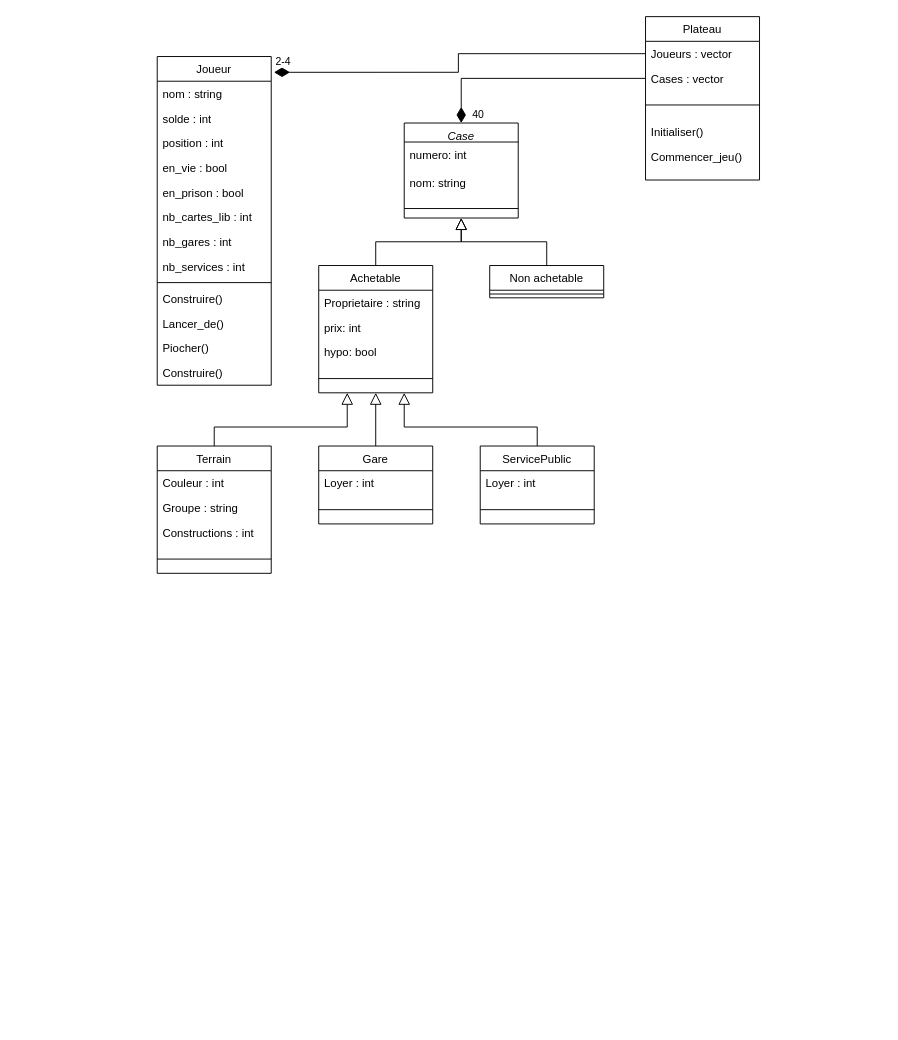
Above: DiagrammeMonopoly.drawio in ECN-SEC-SMP/tp6-note-Kortam_Seye_Small_Soulard (draw.io), before the change. Source tidied: cells renumbered, new cells numbered last; positions are measured from the earlier drawing's top-left corner, leaving out a move shared by most shapes. Both pictures are drawn from the tidied source at 95%, with x=0, y=0 at pixel (157, 16).
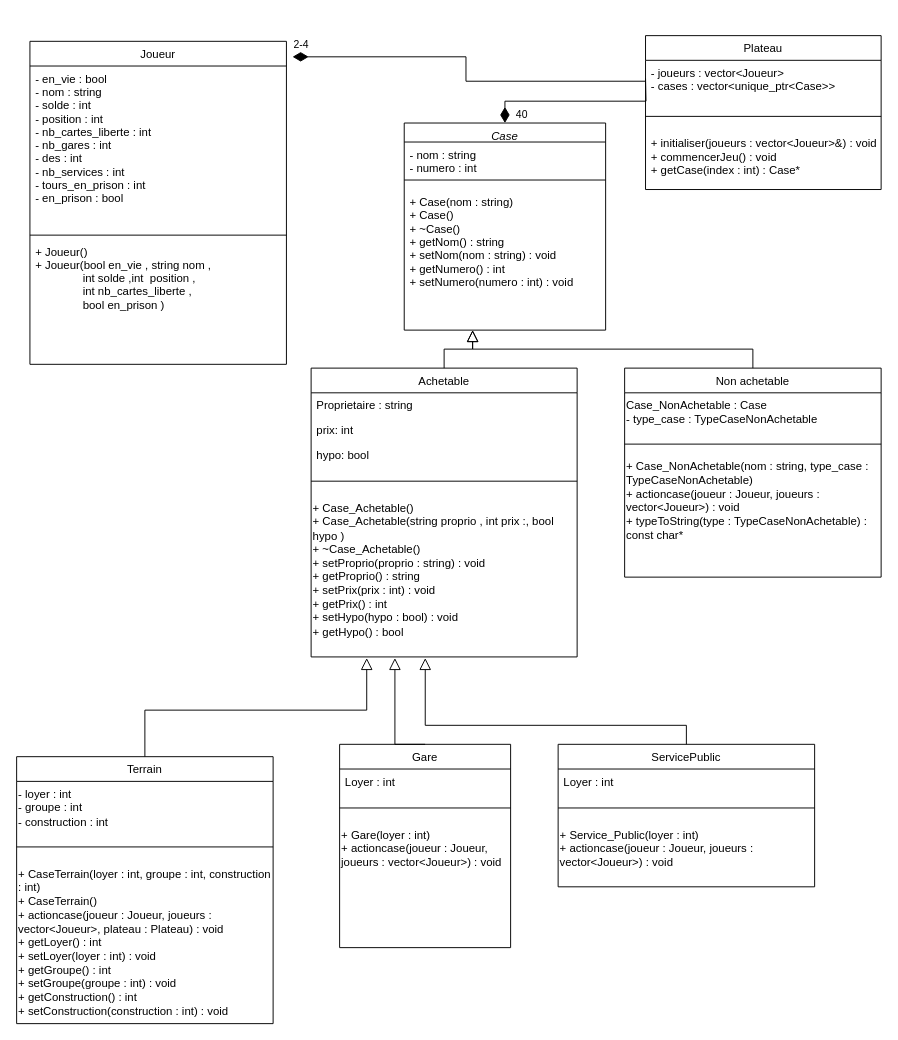
The same diagram, later.

Commit message:
Mettre à jour DiagrammeMonopoly.drawio

Diff of the diagram source:
```diff
@@
     <mxCell id="2" value="Case" style="swimlane;fontStyle=2;align=center;verticalAlign=top;horizontal=1;startSize=20;rounded=0;shadow=0;strokeWidth=1;" parent="1" vertex="1">
-      <mxGeometry x="260" y="112" width="120" height="100" as="geometry" />
+      <mxGeometry x="260" y="112" width="212" height="218" as="geometry" />
     </mxCell>
-    <mxCell id="3" value="numero: int&#10;" style="text;align=left;verticalAlign=top;spacingLeft=4;spacingRight=4;overflow=hidden;" parent="2" vertex="1">
-      <mxGeometry y="20" width="120" height="30" as="geometry" />
+    <mxCell id="3" value="- nom : string&#10;- numero : int" style="text;align=left;verticalAlign=top;spacingLeft=4;spacingRight=4;overflow=hidden;" parent="2" vertex="1">
+      <mxGeometry y="20" width="212" height="30" as="geometry" />
     </mxCell>
-    <mxCell id="4" value="nom: string&#10;" style="text;align=left;verticalAlign=top;spacingLeft=4;spacingRight=4;overflow=hidden;" parent="2" vertex="1">
-      <mxGeometry y="50" width="120" height="30" as="geometry" />
-    </mxCell>
     <mxCell id="5" style="line;html=1;strokeWidth=1;align=left;verticalAlign=middle;spacingTop=-1;spacingLeft=3;spacingRight=3;labelPosition=right;" parent="2" vertex="1">
-      <mxGeometry y="80" width="120" height="20" as="geometry" />
+      <mxGeometry y="50" width="212" height="20" as="geometry" />
     </mxCell>
+    <mxCell id="51" value="+ Case(nom : string)&#10;+ Case()&#10;+ ~Case()&#10;+ getNom() : string&#10;+ setNom(nom : string) : void&#10;+ getNumero() : int&#10;+ setNumero(numero : int) : void" style="text;align=left;verticalAlign=top;spacingLeft=4;spacingRight=4;overflow=hidden;" parent="2" vertex="1">
+      <mxGeometry y="70" width="212" height="120" as="geometry" />
+    </mxCell>
     <mxCell id="6" value="Achetable" style="swimlane;fontStyle=0;align=center;verticalAlign=top;horizontal=1;startSize=26;rounded=0;shadow=0;strokeWidth=1;" parent="1" vertex="1">
-      <mxGeometry x="170" y="262" width="120" height="134" as="geometry" />
+      <mxGeometry x="162" y="370" width="280" height="304" as="geometry" />
     </mxCell>
     <mxCell id="7" value="Proprietaire : string" style="text;align=left;verticalAlign=top;spacingLeft=4;spacingRight=4;overflow=hidden;" parent="6" vertex="1">
-      <mxGeometry y="26" width="120" height="26" as="geometry" />
+      <mxGeometry y="26" width="280" height="26" as="geometry" />
     </mxCell>
     <mxCell id="8" value="prix: int" style="text;align=left;verticalAlign=top;spacingLeft=4;spacingRight=4;overflow=hidden;rounded=0;shadow=0;html=0;" parent="6" vertex="1">
-      <mxGeometry y="52" width="120" height="26" as="geometry" />
+      <mxGeometry y="52" width="280" height="26" as="geometry" />
     </mxCell>
     <mxCell id="9" value="hypo: bool" style="text;align=left;verticalAlign=top;spacingLeft=4;spacingRight=4;overflow=hidden;rounded=0;shadow=0;html=0;" parent="6" vertex="1">
-      <mxGeometry y="78" width="120" height="26" as="geometry" />
+      <mxGeometry y="78" width="280" height="26" as="geometry" />
     </mxCell>
     <mxCell id="10" style="line;html=1;strokeWidth=1;align=left;verticalAlign=middle;spacingTop=-1;spacingLeft=3;spacingRight=3;labelPosition=right;" parent="6" vertex="1">
-      <mxGeometry y="104" width="120" height="30" as="geometry" />
+      <mxGeometry y="104" width="280" height="30" as="geometry" />
     </mxCell>
+    <mxCell id="52" value="+ Case_Achetable()&lt;br&gt;+ Case_Achetable(string proprio , int prix :, bool hypo )&lt;br&gt;+ ~Case_Achetable()&lt;br&gt;+ setProprio(proprio : &lt;span class=&quot;hljs-built_in&quot;&gt;string&lt;/span&gt;) : &lt;span class=&quot;hljs-type&quot;&gt;void&lt;/span&gt;&lt;br&gt;+ getProprio() : &lt;span class=&quot;hljs-built_in&quot;&gt;string&lt;/span&gt;&lt;br&gt;+ setPrix(prix : &lt;span class=&quot;hljs-type&quot;&gt;int&lt;/span&gt;) : &lt;span class=&quot;hljs-type&quot;&gt;void&lt;/span&gt;&lt;br&gt;+ getPrix() : &lt;span class=&quot;hljs-type&quot;&gt;int&lt;/span&gt;&lt;br&gt;+ setHypo(hypo : &lt;span class=&quot;hljs-type&quot;&gt;bool&lt;/span&gt;) : &lt;span class=&quot;hljs-type&quot;&gt;void&lt;/span&gt;&lt;br&gt;+ getHypo() : &lt;span class=&quot;hljs-type&quot;&gt;bool&lt;/span&gt;" style="text;whiteSpace=wrap;html=1;" parent="6" vertex="1">
+      <mxGeometry y="134" width="280" height="170" as="geometry" />
+    </mxCell>
-    <mxCell id="11" style="endArrow=block;endSize=10;endFill=0;shadow=0;strokeWidth=1;rounded=0;curved=0;edgeStyle=elbowEdgeStyle;elbow=vertical;" parent="1" edge="1" source="6" target="2">
-      <mxGeometry relative="1" as="geometry" />
+    <mxCell id="11" style="endArrow=block;endSize=10;endFill=0;shadow=0;strokeWidth=1;rounded=0;curved=0;edgeStyle=elbowEdgeStyle;elbow=vertical;" parent="1" edge="1" source="6">
+      <mxGeometry relative="1" as="geometry">
+        <mxPoint x="332" y="330" as="targetPoint" />
+      </mxGeometry>
     </mxCell>
     <mxCell id="12" value="Non achetable" style="swimlane;fontStyle=0;align=center;verticalAlign=top;horizontal=1;startSize=26;rounded=0;shadow=0;strokeWidth=1;" parent="1" vertex="1">
-      <mxGeometry x="350" y="262" width="120" height="34" as="geometry" />
+      <mxGeometry x="492" y="370" width="270" height="220" as="geometry" />
     </mxCell>
+    <mxCell id="53" value="Case_NonAchetable : Case&lt;br&gt;- type_case : TypeCaseNonAchetable&lt;div&gt;&lt;br/&gt;&lt;/div&gt;" style="text;whiteSpace=wrap;html=1;" parent="12" vertex="1">
+      <mxGeometry y="26" width="270" height="44" as="geometry" />
+    </mxCell>
     <mxCell id="13" style="line;html=1;strokeWidth=1;align=left;verticalAlign=middle;spacingTop=-1;spacingLeft=3;spacingRight=3;labelPosition=right;" parent="12" vertex="1">
-      <mxGeometry y="26" width="120" height="8" as="geometry" />
+      <mxGeometry y="70" width="270" height="20" as="geometry" />
     </mxCell>
+    <mxCell id="54" value="+ Case_NonAchetable(nom : &lt;span class=&quot;hljs-built_in&quot;&gt;string&lt;/span&gt;, type_case : TypeCaseNonAchetable)&lt;br&gt;+ actioncase(joueur : Joueur, joueurs : &lt;span class=&quot;hljs-built_in&quot;&gt;vector&lt;/span&gt;&amp;lt;Joueur&amp;gt;) : &lt;span class=&quot;hljs-type&quot;&gt;void&lt;/span&gt;&lt;br&gt;+ typeToString(type : TypeCaseNonAchetable) : &lt;span class=&quot;hljs-type&quot;&gt;const&lt;/span&gt; &lt;span class=&quot;hljs-type&quot;&gt;char&lt;/span&gt;*" style="text;whiteSpace=wrap;html=1;" parent="12" vertex="1">
+      <mxGeometry y="90" width="270" height="116" as="geometry" />
+    </mxCell>
-    <mxCell id="14" style="endArrow=block;endSize=10;endFill=0;shadow=0;strokeWidth=1;rounded=0;curved=0;edgeStyle=elbowEdgeStyle;elbow=vertical;" parent="1" edge="1" source="12" target="2">
-      <mxGeometry relative="1" as="geometry" />
+    <mxCell id="14" style="endArrow=block;endSize=10;endFill=0;shadow=0;strokeWidth=1;rounded=0;curved=0;edgeStyle=elbowEdgeStyle;elbow=vertical;" parent="1" edge="1" source="12">
+      <mxGeometry relative="1" as="geometry">
+        <mxPoint x="332" y="330" as="targetPoint" />
+      </mxGeometry>
     </mxCell>
     <mxCell id="15" value="Joueur&#10;" style="swimlane;fontStyle=0;align=center;verticalAlign=top;horizontal=1;startSize=26;rounded=0;shadow=0;strokeWidth=1;" parent="1" vertex="1">
-      <mxGeometry y="42" width="120" height="346" as="geometry" />
+      <mxGeometry x="-134" y="26" width="270" height="340" as="geometry" />
     </mxCell>
-    <mxCell id="16" value="nom : string&#10;" style="text;align=left;verticalAlign=top;spacingLeft=4;spacingRight=4;overflow=hidden;rounded=0;shadow=0;html=0;" parent="15" vertex="1">
-      <mxGeometry y="26" width="120" height="26" as="geometry" />
+    <mxCell id="16" value="- en_vie : bool&#10;- nom : string&#10;- solde : int&#10;- position : int&#10;- nb_cartes_liberte : int&#10;- nb_gares : int&#10;- des : int&#10;- nb_services : int&#10;- tours_en_prison : int&#10;- en_prison : bool" style="text;align=left;verticalAlign=top;spacingLeft=4;spacingRight=4;overflow=hidden;rounded=0;shadow=0;html=0;" parent="15" vertex="1">
+      <mxGeometry y="26" width="270" height="174" as="geometry" />
     </mxCell>
-    <mxCell id="17" value="solde : int" style="text;align=left;verticalAlign=top;spacingLeft=4;spacingRight=4;overflow=hidden;rounded=0;shadow=0;html=0;" parent="15" vertex="1">
-      <mxGeometry y="52" width="120" height="26" as="geometry" />
-    </mxCell>
-    <mxCell id="18" value="position : int" style="text;align=left;verticalAlign=top;spacingLeft=4;spacingRight=4;overflow=hidden;rounded=0;shadow=0;html=0;" parent="15" vertex="1">
-      <mxGeometry y="78" width="120" height="26" as="geometry" />
-    </mxCell>
-    <mxCell id="19" value="en_vie : bool&#10;" style="text;align=left;verticalAlign=top;spacingLeft=4;spacingRight=4;overflow=hidden;" parent="15" vertex="1">
-      <mxGeometry y="104" width="120" height="26" as="geometry" />
-    </mxCell>
-    <mxCell id="20" value="en_prison : bool&#10;" style="text;align=left;verticalAlign=top;spacingLeft=4;spacingRight=4;overflow=hidden;" parent="15" vertex="1">
-      <mxGeometry y="130" width="120" height="26" as="geometry" />
-    </mxCell>
-    <mxCell id="21" value="nb_cartes_lib : int" style="text;align=left;verticalAlign=top;spacingLeft=4;spacingRight=4;overflow=hidden;rounded=0;shadow=0;html=0;" parent="15" vertex="1">
-      <mxGeometry y="156" width="120" height="26" as="geometry" />
-    </mxCell>
-    <mxCell id="22" value="nb_gares : int" style="text;align=left;verticalAlign=top;spacingLeft=4;spacingRight=4;overflow=hidden;rounded=0;shadow=0;html=0;" parent="15" vertex="1">
-      <mxGeometry y="182" width="120" height="26" as="geometry" />
-    </mxCell>
-    <mxCell id="23" value="nb_services : int" style="text;align=left;verticalAlign=top;spacingLeft=4;spacingRight=4;overflow=hidden;rounded=0;shadow=0;html=0;" parent="15" vertex="1">
-      <mxGeometry y="208" width="120" height="26" as="geometry" />
-    </mxCell>
     <mxCell id="24" style="line;html=1;strokeWidth=1;align=left;verticalAlign=middle;spacingTop=-1;spacingLeft=3;spacingRight=3;labelPosition=right;" parent="15" vertex="1">
-      <mxGeometry y="234" width="120" height="8" as="geometry" />
+      <mxGeometry y="200" width="270" height="8" as="geometry" />
     </mxCell>
-    <mxCell id="25" value="Construire() &#10;" style="text;align=left;verticalAlign=top;spacingLeft=4;spacingRight=4;overflow=hidden;" parent="15" vertex="1">
-      <mxGeometry y="242" width="120" height="26" as="geometry" />
+    <mxCell id="25" value="+ Joueur()&#10;+ Joueur(bool en_vie , string nom , &#10;               int solde ,int  position , &#10;               int nb_cartes_liberte , &#10;               bool en_prison )" style="text;align=left;verticalAlign=top;spacingLeft=4;spacingRight=4;overflow=hidden;" parent="15" vertex="1">
+      <mxGeometry y="208" width="270" height="132" as="geometry" />
     </mxCell>
-    <mxCell id="26" value="Lancer_de()" style="text;align=left;verticalAlign=top;spacingLeft=4;spacingRight=4;overflow=hidden;" parent="15" vertex="1">
-      <mxGeometry y="268" width="120" height="26" as="geometry" />
-    </mxCell>
-    <mxCell id="27" value="Piocher() " style="text;align=left;verticalAlign=top;spacingLeft=4;spacingRight=4;overflow=hidden;" parent="15" vertex="1">
-      <mxGeometry y="294" width="120" height="26" as="geometry" />
-    </mxCell>
-    <mxCell id="28" value="Construire() &#10;" style="text;align=left;verticalAlign=top;spacingLeft=4;spacingRight=4;overflow=hidden;" parent="15" vertex="1">
-      <mxGeometry y="320" width="120" height="26" as="geometry" />
-    </mxCell>
     <mxCell id="29" value="Plateau" style="swimlane;fontStyle=0;align=center;verticalAlign=top;horizontal=1;startSize=26;rounded=0;shadow=0;strokeWidth=1;" parent="1" vertex="1">
-      <mxGeometry x="514" width="120" height="172" as="geometry" />
+      <mxGeometry x="514" y="20" width="248" height="162" as="geometry" />
     </mxCell>
-    <mxCell id="30" value="Joueurs : vector" style="text;align=left;verticalAlign=top;spacingLeft=4;spacingRight=4;overflow=hidden;points=[[0,0.5],[1,0.5]];portConstraint=eastwest;" parent="29" vertex="1">
-      <mxGeometry y="26" width="120" height="26" as="geometry" />
+    <mxCell id="30" value="- joueurs : vector&lt;Joueur&gt;&#10;- cases : vector&lt;unique_ptr&lt;Case&gt;&gt;" style="text;align=left;verticalAlign=top;spacingLeft=4;spacingRight=4;overflow=hidden;points=[[0,0.5],[1,0.5]];portConstraint=eastwest;" parent="29" vertex="1">
+      <mxGeometry y="26" width="248" height="44" as="geometry" />
     </mxCell>
-    <mxCell id="31" value="Cases : vector" style="text;align=left;verticalAlign=top;spacingLeft=4;spacingRight=4;overflow=hidden;points=[[0,0.5],[1,0.5]];portConstraint=eastwest;" parent="29" vertex="1">
-      <mxGeometry y="52" width="120" height="26" as="geometry" />
-    </mxCell>
     <mxCell id="32" style="line;html=1;strokeWidth=1;align=left;verticalAlign=middle;spacingTop=-1;spacingLeft=3;spacingRight=3;labelPosition=right;" parent="29" vertex="1">
-      <mxGeometry y="78" width="120" height="30" as="geometry" />
+      <mxGeometry y="70" width="248" height="30" as="geometry" />
     </mxCell>
-    <mxCell id="33" value="Initialiser()" style="text;align=left;verticalAlign=top;spacingLeft=4;spacingRight=4;overflow=hidden;" parent="29" vertex="1">
-      <mxGeometry y="108" width="120" height="26" as="geometry" />
+    <mxCell id="33" value="+ initialiser(joueurs : vector&lt;Joueur&gt;&amp;) : void&#10;+ commencerJeu() : void&#10;+ getCase(index : int) : Case*" style="text;align=left;verticalAlign=top;spacingLeft=4;spacingRight=4;overflow=hidden;" parent="29" vertex="1">
+      <mxGeometry y="100" width="248" height="60" as="geometry" />
     </mxCell>
-    <mxCell id="34" value="Commencer_jeu()" style="text;align=left;verticalAlign=top;spacingLeft=4;spacingRight=4;overflow=hidden;" parent="29" vertex="1">
-      <mxGeometry y="134" width="120" height="26" as="geometry" />
-    </mxCell>
     <mxCell id="35" value="Gare" style="swimlane;fontStyle=0;align=center;verticalAlign=top;horizontal=1;startSize=26;rounded=0;shadow=0;strokeWidth=1;" parent="1" vertex="1">
-      <mxGeometry x="170" y="452" width="120" height="82" as="geometry" />
+      <mxGeometry x="192" y="766" width="180" height="214" as="geometry" />
     </mxCell>
     <mxCell id="36" value="Loyer : int" style="text;align=left;verticalAlign=top;spacingLeft=4;spacingRight=4;overflow=hidden;" parent="35" vertex="1">
-      <mxGeometry y="26" width="120" height="26" as="geometry" />
+      <mxGeometry y="26" width="180" height="26" as="geometry" />
     </mxCell>
     <mxCell id="37" style="line;html=1;strokeWidth=1;align=left;verticalAlign=middle;spacingTop=-1;spacingLeft=3;spacingRight=3;labelPosition=right;" parent="35" vertex="1">
-      <mxGeometry y="52" width="120" height="30" as="geometry" />
+      <mxGeometry y="52" width="180" height="30" as="geometry" />
     </mxCell>
+    <mxCell id="55" value="+ &lt;span class=&quot;hljs-built_in&quot;&gt;Gare&lt;/span&gt;(loyer : &lt;span class=&quot;hljs-type&quot;&gt;int&lt;/span&gt;)&lt;br&gt;+ &lt;span class=&quot;hljs-built_in&quot;&gt;actioncase&lt;/span&gt;(joueur : Joueur, joueurs : vector&amp;lt;Joueur&amp;gt;) : &lt;span class=&quot;hljs-type&quot;&gt;void&lt;/span&gt;" style="text;whiteSpace=wrap;html=1;" parent="35" vertex="1">
+      <mxGeometry y="82" width="180" height="80" as="geometry" />
+    </mxCell>
-    <mxCell id="38" style="endArrow=block;endSize=10;endFill=0;shadow=0;strokeWidth=1;rounded=0;curved=0;edgeStyle=elbowEdgeStyle;elbow=vertical;entryX=0.5;entryY=1;entryDx=0;entryDy=0;exitX=0.5;exitY=0;exitDx=0;exitDy=0;" parent="1" edge="1" source="35" target="6">
+    <mxCell id="38" style="endArrow=block;endSize=10;endFill=0;shadow=0;strokeWidth=1;rounded=0;curved=0;edgeStyle=elbowEdgeStyle;elbow=vertical;entryX=0.315;entryY=1.007;entryDx=0;entryDy=0;exitX=0.5;exitY=0;exitDx=0;exitDy=0;entryPerimeter=0;" parent="1" edge="1" source="35" target="52">
       <mxGeometry relative="1" as="geometry">
         <Array as="points">
-          <mxPoint x="230" y="452" />
+          <mxPoint x="252" y="766" />
         </Array>
       </mxGeometry>
     </mxCell>
     <mxCell id="39" value="Terrain" style="swimlane;fontStyle=0;align=center;verticalAlign=top;horizontal=1;startSize=26;rounded=0;shadow=0;strokeWidth=1;" parent="1" vertex="1">
-      <mxGeometry y="452" width="120" height="134" as="geometry" />
+      <mxGeometry x="-148" y="779" width="270" height="281" as="geometry" />
     </mxCell>
-    <mxCell id="40" value="Couleur : int " style="text;align=left;verticalAlign=top;spacingLeft=4;spacingRight=4;overflow=hidden;" parent="39" vertex="1">
-      <mxGeometry y="26" width="120" height="26" as="geometry" />
-    </mxCell>
-    <mxCell id="41" value="Groupe : string" style="text;align=left;verticalAlign=top;spacingLeft=4;spacingRight=4;overflow=hidden;rounded=0;shadow=0;html=0;" parent="39" vertex="1">
-      <mxGeometry y="52" width="120" height="26" as="geometry" />
-    </mxCell>
-    <mxCell id="42" value="Constructions : int" style="text;align=left;verticalAlign=top;spacingLeft=4;spacingRight=4;overflow=hidden;rounded=0;shadow=0;html=0;" parent="39" vertex="1">
-      <mxGeometry y="78" width="120" height="26" as="geometry" />
-    </mxCell>
+    <mxCell id="56" value="- loyer : &lt;span class=&quot;hljs-type&quot;&gt;int&lt;/span&gt;&lt;br&gt;- groupe : &lt;span class=&quot;hljs-type&quot;&gt;int&lt;/span&gt;&lt;br&gt;- construction : &lt;span class=&quot;hljs-type&quot;&gt;int&lt;/span&gt;&lt;div&gt;&lt;br&gt;&lt;/div&gt;" style="text;whiteSpace=wrap;html=1;" parent="39" vertex="1">
+      <mxGeometry y="26" width="270" height="54" as="geometry" />
+    </mxCell>
     <mxCell id="43" style="line;html=1;strokeWidth=1;align=left;verticalAlign=middle;spacingTop=-1;spacingLeft=3;spacingRight=3;labelPosition=right;" parent="39" vertex="1">
-      <mxGeometry y="104" width="120" height="30" as="geometry" />
+      <mxGeometry y="80" width="270" height="30" as="geometry" />
     </mxCell>
+    <mxCell id="57" value="+ &lt;span class=&quot;hljs-built_in&quot;&gt;CaseTerrain&lt;/span&gt;(loyer : &lt;span class=&quot;hljs-type&quot;&gt;int&lt;/span&gt;, groupe : &lt;span class=&quot;hljs-type&quot;&gt;int&lt;/span&gt;, construction : &lt;span class=&quot;hljs-type&quot;&gt;int&lt;/span&gt;)&lt;br&gt;+ &lt;span class=&quot;hljs-built_in&quot;&gt;CaseTerrain&lt;/span&gt;()&lt;br&gt;+ &lt;span class=&quot;hljs-built_in&quot;&gt;actioncase&lt;/span&gt;(joueur : Joueur, joueurs : vector&amp;lt;Joueur&amp;gt;, plateau : Plateau) : &lt;span class=&quot;hljs-type&quot;&gt;void&lt;/span&gt;&lt;br&gt;+ &lt;span class=&quot;hljs-built_in&quot;&gt;getLoyer&lt;/span&gt;() : &lt;span class=&quot;hljs-type&quot;&gt;int&lt;/span&gt;&lt;br&gt;+ &lt;span class=&quot;hljs-built_in&quot;&gt;setLoyer&lt;/span&gt;(loyer : &lt;span class=&quot;hljs-type&quot;&gt;int&lt;/span&gt;) : &lt;span class=&quot;hljs-type&quot;&gt;void&lt;/span&gt;&lt;br&gt;+ &lt;span class=&quot;hljs-built_in&quot;&gt;getGroupe&lt;/span&gt;() : &lt;span class=&quot;hljs-type&quot;&gt;int&lt;/span&gt;&lt;br&gt;+ &lt;span class=&quot;hljs-built_in&quot;&gt;setGroupe&lt;/span&gt;(groupe : &lt;span class=&quot;hljs-type&quot;&gt;int&lt;/span&gt;) : &lt;span class=&quot;hljs-type&quot;&gt;void&lt;/span&gt;&lt;br&gt;+ &lt;span class=&quot;hljs-built_in&quot;&gt;getConstruction&lt;/span&gt;() : &lt;span class=&quot;hljs-type&quot;&gt;int&lt;/span&gt;&lt;br&gt;+ &lt;span class=&quot;hljs-built_in&quot;&gt;setConstruction&lt;/span&gt;(construction : &lt;span class=&quot;hljs-type&quot;&gt;int&lt;/span&gt;) : &lt;span class=&quot;hljs-type&quot;&gt;void&lt;/span&gt;" style="text;whiteSpace=wrap;html=1;" parent="39" vertex="1">
+      <mxGeometry y="110" width="270" height="170" as="geometry" />
+    </mxCell>
     <mxCell id="44" value="ServicePublic" style="swimlane;fontStyle=0;align=center;verticalAlign=top;horizontal=1;startSize=26;rounded=0;shadow=0;strokeWidth=1;" parent="1" vertex="1">
-      <mxGeometry x="340" y="452" width="120" height="82" as="geometry" />
+      <mxGeometry x="422" y="766" width="270" height="150" as="geometry" />
     </mxCell>
     <mxCell id="45" value="Loyer : int" style="text;align=left;verticalAlign=top;spacingLeft=4;spacingRight=4;overflow=hidden;" parent="44" vertex="1">
-      <mxGeometry y="26" width="120" height="26" as="geometry" />
+      <mxGeometry y="26" width="270" height="26" as="geometry" />
     </mxCell>
     <mxCell id="46" style="line;html=1;strokeWidth=1;align=left;verticalAlign=middle;spacingTop=-1;spacingLeft=3;spacingRight=3;labelPosition=right;" parent="44" vertex="1">
-      <mxGeometry y="52" width="120" height="30" as="geometry" />
+      <mxGeometry y="52" width="270" height="30" as="geometry" />
     </mxCell>
+    <mxCell id="58" value="+ &lt;span class=&quot;hljs-built_in&quot;&gt;Service_Public&lt;/span&gt;(loyer : &lt;span class=&quot;hljs-type&quot;&gt;int&lt;/span&gt;)&lt;br&gt;+ &lt;span class=&quot;hljs-built_in&quot;&gt;actioncase&lt;/span&gt;(joueur : Joueur, joueurs : vector&amp;lt;Joueur&amp;gt;) : &lt;span class=&quot;hljs-type&quot;&gt;void&lt;/span&gt;" style="text;whiteSpace=wrap;html=1;" parent="44" vertex="1">
+      <mxGeometry y="82" width="270" height="68" as="geometry" />
+    </mxCell>
-    <mxCell id="47" style="endArrow=block;endSize=10;endFill=0;shadow=0;strokeWidth=1;rounded=0;curved=0;edgeStyle=elbowEdgeStyle;elbow=vertical;entryX=0.75;entryY=1;entryDx=0;entryDy=0;exitX=0.5;exitY=0;exitDx=0;exitDy=0;" parent="1" edge="1" source="44" target="6">
+    <mxCell id="47" style="endArrow=block;endSize=10;endFill=0;shadow=0;strokeWidth=1;rounded=0;curved=0;edgeStyle=elbowEdgeStyle;elbow=vertical;entryX=0.429;entryY=1.007;entryDx=0;entryDy=0;exitX=0.5;exitY=0;exitDx=0;exitDy=0;entryPerimeter=0;" parent="1" edge="1" source="44" target="52">
       <mxGeometry relative="1" as="geometry">
         <Array as="points">
-          <mxPoint x="440" y="432" />
-          <mxPoint x="410" y="452" />
+          <mxPoint x="462" y="746" />
+          <mxPoint x="432" y="766" />
         </Array>
       </mxGeometry>
     </mxCell>
-    <mxCell id="48" style="endArrow=block;endSize=10;endFill=0;shadow=0;strokeWidth=1;rounded=0;curved=0;edgeStyle=elbowEdgeStyle;elbow=vertical;exitX=0.5;exitY=0;exitDx=0;exitDy=0;entryX=0.25;entryY=1;entryDx=0;entryDy=0;" parent="1" edge="1" source="39" target="6">
+    <mxCell id="48" style="endArrow=block;endSize=10;endFill=0;shadow=0;strokeWidth=1;rounded=0;curved=0;edgeStyle=elbowEdgeStyle;elbow=vertical;exitX=0.5;exitY=0;exitDx=0;exitDy=0;entryX=0.209;entryY=1.007;entryDx=0;entryDy=0;entryPerimeter=0;" parent="1" edge="1" source="39" target="52">
       <mxGeometry relative="1" as="geometry">
         <Array as="points">
-          <mxPoint y="432" />
-          <mxPoint x="40" y="452" />
+          <mxPoint x="152" y="730" />
+          <mxPoint x="50" y="648" />
         </Array>
       </mxGeometry>
     </mxCell>
@@
-    <mxCell id="50" value="40" style="endArrow=none;html=1;endSize=12;startArrow=diamondThin;startSize=14;startFill=1;edgeStyle=orthogonalEdgeStyle;align=left;verticalAlign=bottom;rounded=0;exitX=0.5;exitY=0;exitDx=0;exitDy=0;entryX=0;entryY=0.5;entryDx=0;entryDy=0;endFill=0;" parent="1" edge="1" source="2" target="31">
-      <mxGeometry x="-1" y="-10" relative="1" as="geometry" />
+    <mxCell id="50" value="40" style="endArrow=none;html=1;endSize=12;startArrow=diamondThin;startSize=14;startFill=1;edgeStyle=orthogonalEdgeStyle;align=left;verticalAlign=bottom;rounded=0;exitX=0.5;exitY=0;exitDx=0;exitDy=0;entryX=0;entryY=0.5;entryDx=0;entryDy=0;endFill=0;" parent="1" edge="1" source="2">
+      <mxGeometry x="-1" y="-10" relative="1" as="geometry">
+        <mxPoint x="514" y="65" as="targetPoint" />
+      </mxGeometry>
     </mxCell>
```
